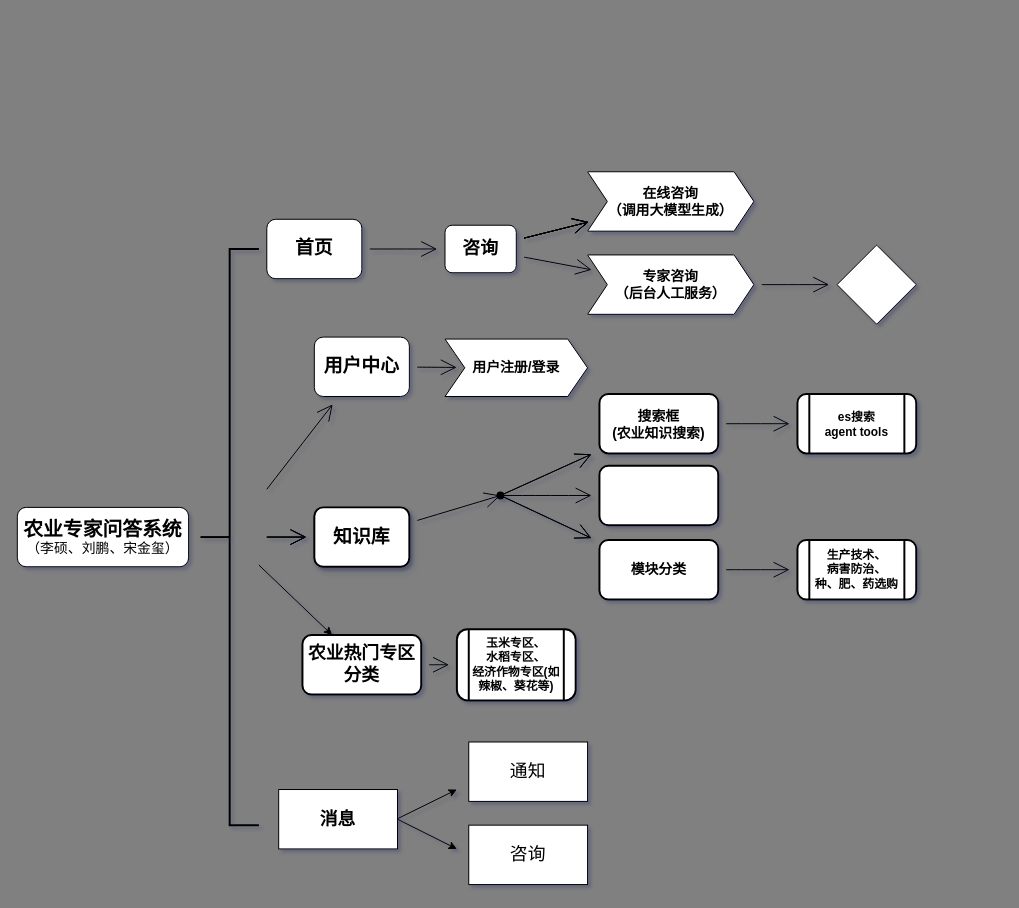
Above: P5-农业专家问答系统项目-流程图.drawio in ls-github123/Agriculture_interlocution (draw.io), before the change. Source tidied: cells renumbered, new cells numbered last; positions are measured from the earlier drawing's top-left corner, leaving out a move shared by most shapes. Both pictures are drawn from the tidied source at 99%, with x=0, y=0 at pixel (17, 171).
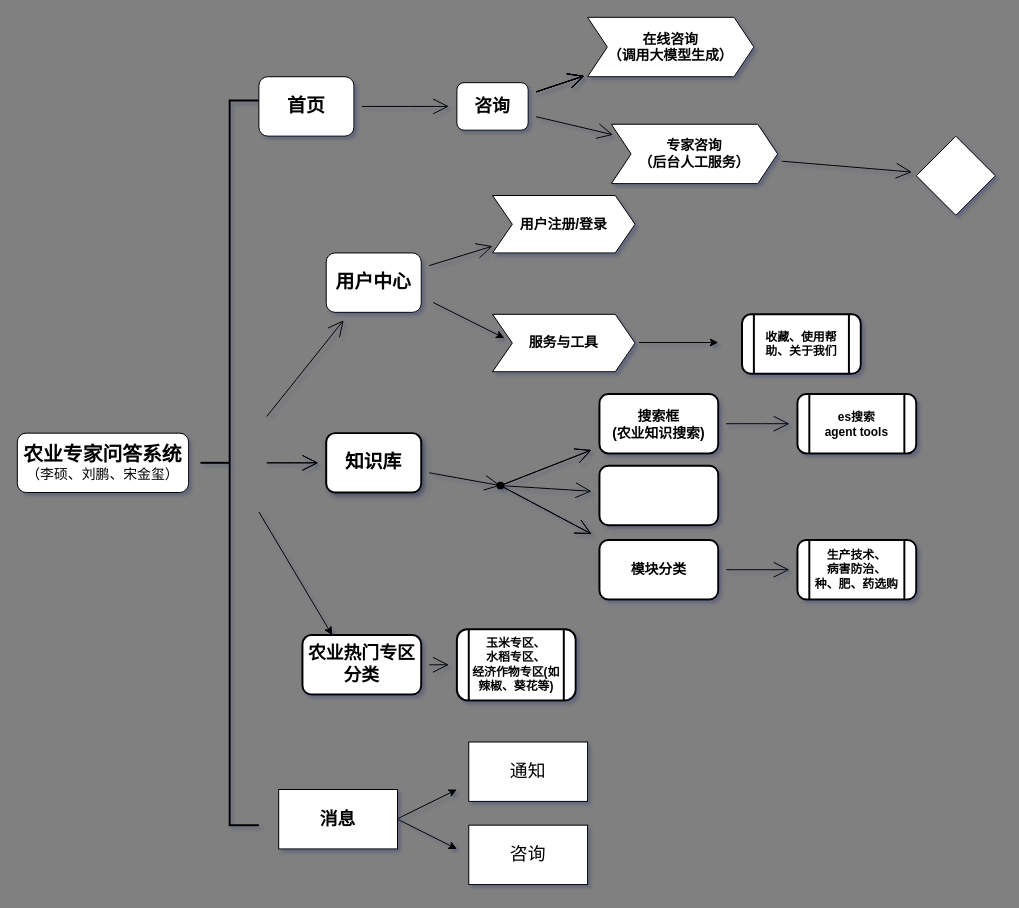
The same diagram, later.

Commit message:
添加服务与工具

Diff of the diagram source:
```diff
@@
     <mxCell id="2" value="&lt;font size=&quot;1&quot;&gt;&lt;span style=&quot;font-size: 14px&quot;&gt;&lt;span style=&quot;font-weight: bold ; font-size: 20px&quot;&gt;农业专家问答系统&lt;/span&gt;&lt;br&gt;（李硕、刘鹏、宋金玺）&lt;br&gt;&lt;/span&gt;&lt;/font&gt;" style="rounded=1;whiteSpace=wrap;html=1;hachureGap=4;labelBackgroundColor=none;spacing=4;spacingBottom=0;" parent="1" vertex="1">
-      <mxGeometry y="339" width="173" height="60" as="geometry" />
+      <mxGeometry y="264" width="173" height="60" as="geometry" />
     </mxCell>
@@
-    <mxCell id="5" style="edgeStyle=none;curved=1;rounded=0;jettySize=auto;html=1;endArrow=open;startSize=14;endSize=14;sourcePerimeterSpacing=8;targetPerimeterSpacing=8;" parent="1" edge="1" source="7" target="24">
-      <mxGeometry relative="1" as="geometry" />
+    <mxCell id="5" style="edgeStyle=none;curved=1;rounded=0;jettySize=auto;html=1;endArrow=open;startSize=14;endSize=14;sourcePerimeterSpacing=8;targetPerimeterSpacing=8;" parent="1" edge="1" target="24">
+      <mxGeometry relative="1" as="geometry">
+        <mxPoint x="252" y="294" as="sourcePoint" />
+      </mxGeometry>
     </mxCell>
-    <mxCell id="6" style="edgeStyle=none;curved=1;rounded=0;jettySize=auto;html=1;endArrow=open;startSize=14;endSize=14;sourcePerimeterSpacing=8;targetPerimeterSpacing=8;" parent="1" edge="1" source="7" target="24">
-      <mxGeometry relative="1" as="geometry" />
-    </mxCell>
     <mxCell id="7" style="strokeWidth=2;html=1;shape=mxgraph.flowchart.annotation_2;align=left;labelPosition=right;hachureGap=4;rounded=1;labelBackgroundColor=none;" parent="1" vertex="1">
-      <mxGeometry x="185" y="78" width="59" height="582" as="geometry" />
+      <mxGeometry x="185" y="-72" width="59" height="732" as="geometry" />
     </mxCell>
@@
     <mxCell id="9" value="&lt;font style=&quot;font-size: 19px&quot;&gt;&lt;b&gt;首页&lt;/b&gt;&lt;/font&gt;" style="rounded=1;whiteSpace=wrap;html=1;hachureGap=4;labelBackgroundColor=none;" parent="1" vertex="1">
-      <mxGeometry x="252" y="48" width="96" height="60" as="geometry" />
+      <mxGeometry x="244" y="-96" width="96" height="60" as="geometry" />
     </mxCell>
@@
     <mxCell id="16" value="&lt;font style=&quot;font-size: 18px&quot;&gt;咨询&lt;/font&gt;" style="whiteSpace=wrap;html=1;rounded=1;hachureGap=4;fontStyle=1;" parent="1" vertex="1">
-      <mxGeometry x="432" y="54" width="72" height="48" as="geometry" />
+      <mxGeometry x="444" y="-90" width="72" height="48" as="geometry" />
     </mxCell>
     <mxCell id="17" value="&lt;font style=&quot;font-size: 14px&quot;&gt;在线咨询&lt;br&gt;（调用大模型生成）&lt;br&gt;&lt;/font&gt;" style="shape=step;perimeter=stepPerimeter;whiteSpace=wrap;html=1;fixedSize=1;rounded=1;fontStyle=1;hachureGap=4;arcSize=1;" parent="1" vertex="1">
-      <mxGeometry x="576" width="168" height="60" as="geometry" />
+      <mxGeometry x="576" y="-156" width="168" height="60" as="geometry" />
     </mxCell>
@@
     <mxCell id="19" value="&lt;font style=&quot;font-size: 14px&quot;&gt;专家咨询&lt;br&gt;（后台人工服务）&lt;br&gt;&lt;/font&gt;" style="shape=step;perimeter=stepPerimeter;whiteSpace=wrap;html=1;fixedSize=1;rounded=1;fontStyle=1;hachureGap=4;arcSize=1;" parent="1" vertex="1">
-      <mxGeometry x="576" y="84" width="168" height="60" as="geometry" />
+      <mxGeometry x="600" y="-48" width="168" height="60" as="geometry" />
     </mxCell>
@@
     <mxCell id="21" value="&lt;span style=&quot;font-size: 19px&quot;&gt;&lt;b&gt;用户中心&lt;/b&gt;&lt;/span&gt;" style="rounded=1;whiteSpace=wrap;html=1;hachureGap=4;labelBackgroundColor=none;" parent="1" vertex="1">
-      <mxGeometry x="300" y="167" width="96" height="60" as="geometry" />
+      <mxGeometry x="312" y="82" width="96" height="60" as="geometry" />
     </mxCell>
     <mxCell id="22" value="&lt;font style=&quot;font-size: 14px&quot;&gt;&lt;b&gt;用户注册/登录&lt;/b&gt;&lt;/font&gt;" style="shape=step;perimeter=stepPerimeter;whiteSpace=wrap;html=1;fixedSize=1;rounded=1;hachureGap=4;arcSize=0;" parent="1" vertex="1">
-      <mxGeometry x="432" y="169" width="144" height="58" as="geometry" />
+      <mxGeometry x="480" y="24" width="144" height="58" as="geometry" />
     </mxCell>
@@
     <mxCell id="24" value="&lt;b style=&quot;font-size: 19px&quot;&gt;知识库&lt;/b&gt;" style="whiteSpace=wrap;html=1;rounded=1;align=center;strokeWidth=2;hachureGap=4;shadow=1;" parent="1" vertex="1">
-      <mxGeometry x="300" y="339" width="96" height="60" as="geometry" />
+      <mxGeometry x="312" y="264" width="96" height="60" as="geometry" />
     </mxCell>
@@
     <mxCell id="30" style="shape=waypoint;size=6;points=[];fillColor=#ffffff;perimeter=centerPerimeter;snapToPoint=1;rounded=1;strokeWidth=2;hachureGap=4;" parent="1" vertex="1">
-      <mxGeometry x="468" y="307" width="40" height="40" as="geometry" />
+      <mxGeometry x="468" y="297" width="40" height="40" as="geometry" />
     </mxCell>
@@
     <mxCell id="41" style="rhombus;whiteSpace=wrap;html=1;rounded=1;fontStyle=1;arcSize=1;hachureGap=4;" parent="1" vertex="1">
-      <mxGeometry x="828" y="74" width="80" height="80" as="geometry" />
+      <mxGeometry x="908" y="-36" width="80" height="80" as="geometry" />
     </mxCell>
@@
+    <mxCell id="48" style="edgeStyle=none;orthogonalLoop=1;jettySize=auto;html=1;fontSize=18;" parent="1" edge="1">
+      <mxGeometry relative="1" as="geometry">
+        <mxPoint x="420" y="132" as="sourcePoint" />
+        <mxPoint x="492" y="168" as="targetPoint" />
+      </mxGeometry>
+    </mxCell>
+    <mxCell id="49" value="&lt;span style=&quot;font-size: 14px;&quot;&gt;&lt;b&gt;服务与工具&lt;/b&gt;&lt;/span&gt;" style="shape=step;perimeter=stepPerimeter;whiteSpace=wrap;html=1;fixedSize=1;rounded=1;hachureGap=4;arcSize=0;" parent="1" vertex="1">
+      <mxGeometry x="480" y="144" width="144" height="58" as="geometry" />
+    </mxCell>
+    <mxCell id="50" style="edgeStyle=none;orthogonalLoop=1;jettySize=auto;html=1;fontSize=18;" parent="1" edge="1">
+      <mxGeometry relative="1" as="geometry">
+        <mxPoint x="628" y="172.5" as="sourcePoint" />
+        <mxPoint x="708" y="172.5" as="targetPoint" />
+      </mxGeometry>
+    </mxCell>
+    <mxCell id="51" value="&lt;b&gt;收藏、使用帮助、关于我们&lt;/b&gt;" style="shape=process;whiteSpace=wrap;html=1;backgroundOutline=1;rounded=1;strokeWidth=2;hachureGap=4;" parent="1" vertex="1">
+      <mxGeometry x="732" y="144" width="120" height="60" as="geometry" />
+    </mxCell>
```
